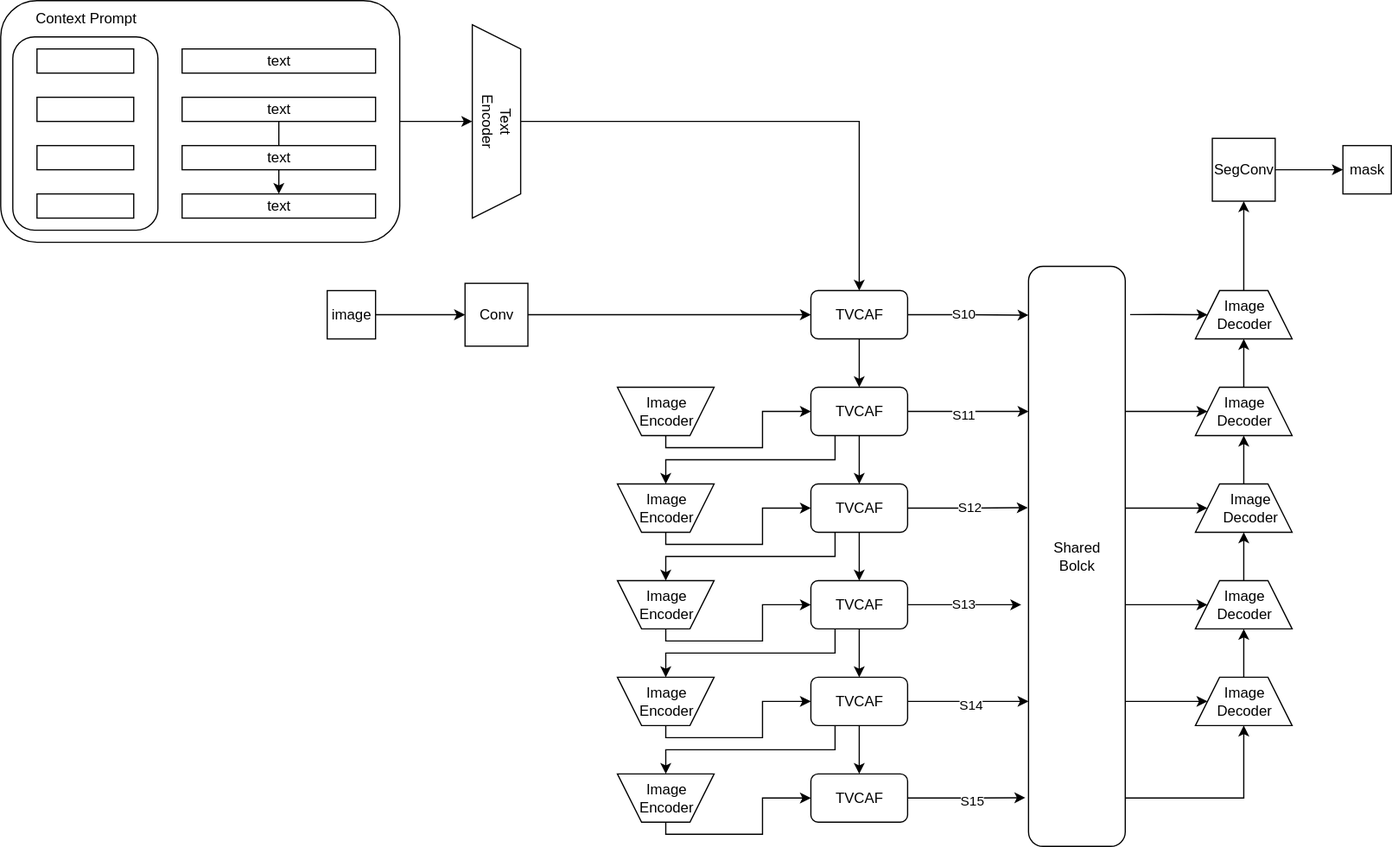
Above: Expert.svg in hchench/NetStructure (draw.io), before the change. Source tidied: cells renumbered, new cells last; positions are measured from the earlier drawing's top-left corner, leaving out a move shared by most shapes.
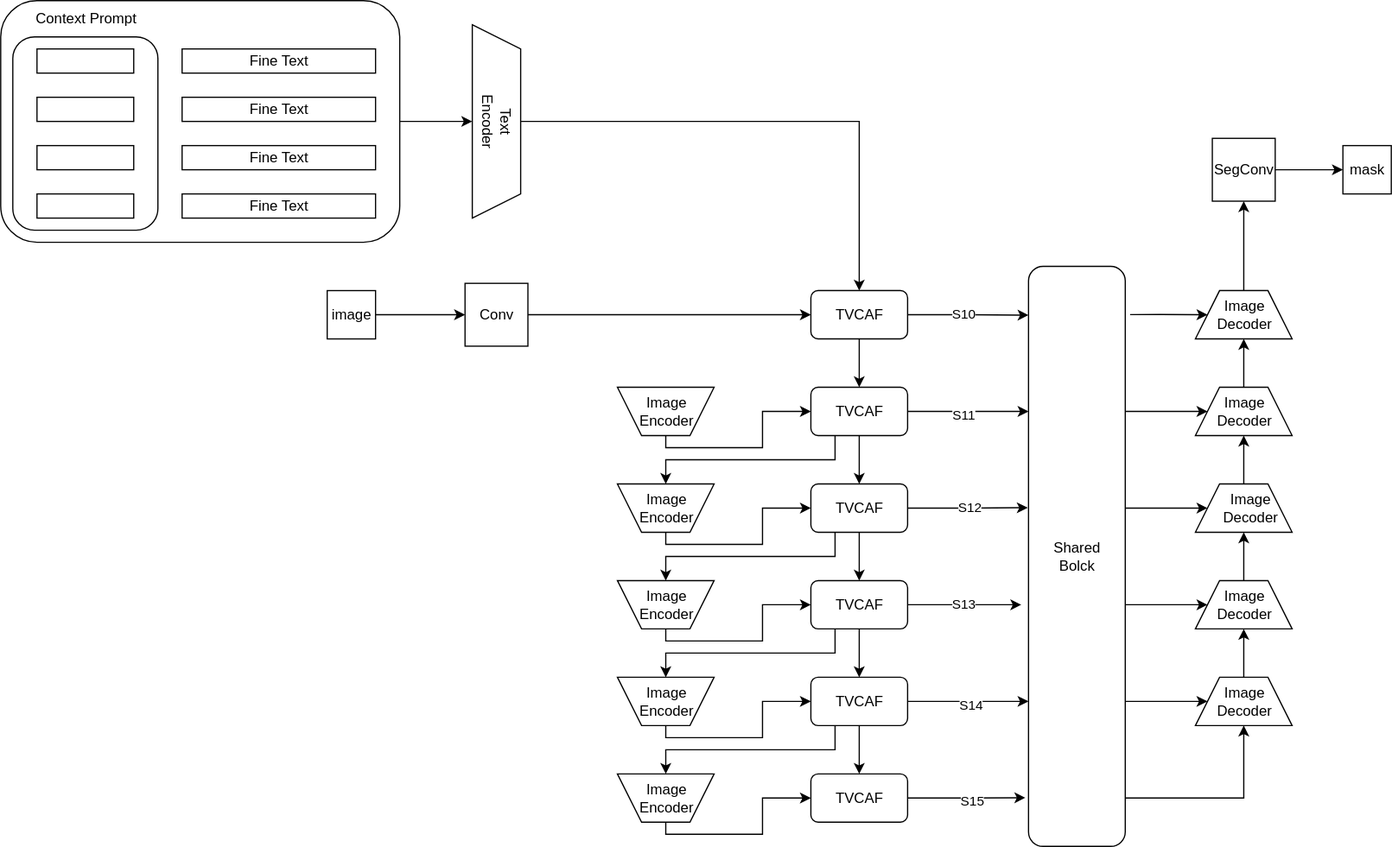
The same diagram one commit later.

The edit, as a diff of the source:
```diff
@@ -38,19 +38,16 @@
     <mxCell id="11" value="&lt;div style=&quot;&quot;&gt;&lt;span style=&quot;background-color: transparent; color: light-dark(rgb(0, 0, 0), rgb(255, 255, 255));&quot;&gt;Text&lt;/span&gt;&lt;/div&gt;&lt;div style=&quot;&quot;&gt;Encoder&lt;/div&gt;" style="shape=trapezoid;perimeter=trapezoidPerimeter;whiteSpace=wrap;html=1;fixedSize=1;rotation=90;align=center;" parent="1" vertex="1">
       <mxGeometry x="330" y="80" width="160" height="40" as="geometry" />
     </mxCell>
-    <mxCell id="12" value="text" style="rounded=0;whiteSpace=wrap;html=1;" parent="1" vertex="1">
+    <mxCell id="12" value="Fine Text" style="rounded=0;whiteSpace=wrap;html=1;" parent="1" vertex="1">
       <mxGeometry x="150" y="40" width="160" height="20" as="geometry" />
     </mxCell>
-    <mxCell id="13" style="edgeStyle=orthogonalEdgeStyle;rounded=0;jettySize=auto;html=1;" parent="1" edge="1" source="14" target="16">
-      <mxGeometry relative="1" as="geometry" />
-    </mxCell>
-    <mxCell id="14" value="text" style="rounded=0;whiteSpace=wrap;html=1;" parent="1" vertex="1">
+    <mxCell id="14" value="Fine Text" style="rounded=0;whiteSpace=wrap;html=1;" parent="1" vertex="1">
       <mxGeometry x="150" y="80" width="160" height="20" as="geometry" />
     </mxCell>
-    <mxCell id="15" value="text" style="rounded=0;whiteSpace=wrap;html=1;" parent="1" vertex="1">
+    <mxCell id="15" value="Fine Text" style="rounded=0;whiteSpace=wrap;html=1;" parent="1" vertex="1">
       <mxGeometry x="150" y="120" width="160" height="20" as="geometry" />
     </mxCell>
-    <mxCell id="16" value="text" style="rounded=0;whiteSpace=wrap;html=1;" parent="1" vertex="1">
+    <mxCell id="16" value="Fine Text" style="rounded=0;whiteSpace=wrap;html=1;" parent="1" vertex="1">
       <mxGeometry x="150" y="160" width="160" height="20" as="geometry" />
     </mxCell>
     <mxCell id="17" style="rounded=0;whiteSpace=wrap;html=1;" parent="1" vertex="1">
```
